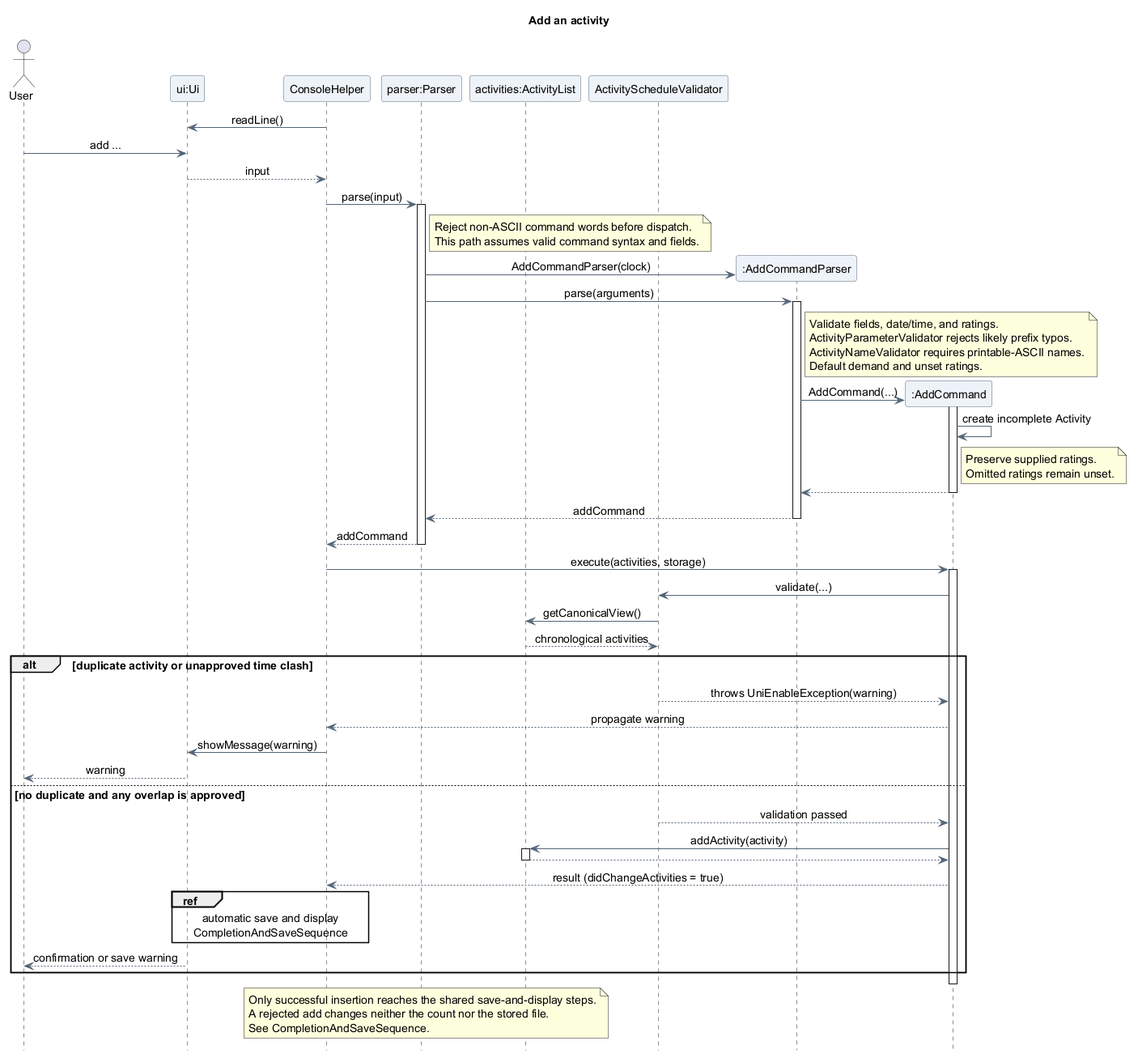
AY2627S1-CS2113-T10-4/tp keeps this PlantUML diagram as docs/images/atharva/sequence/AddActivitySequence.png. Above is the earlier version.
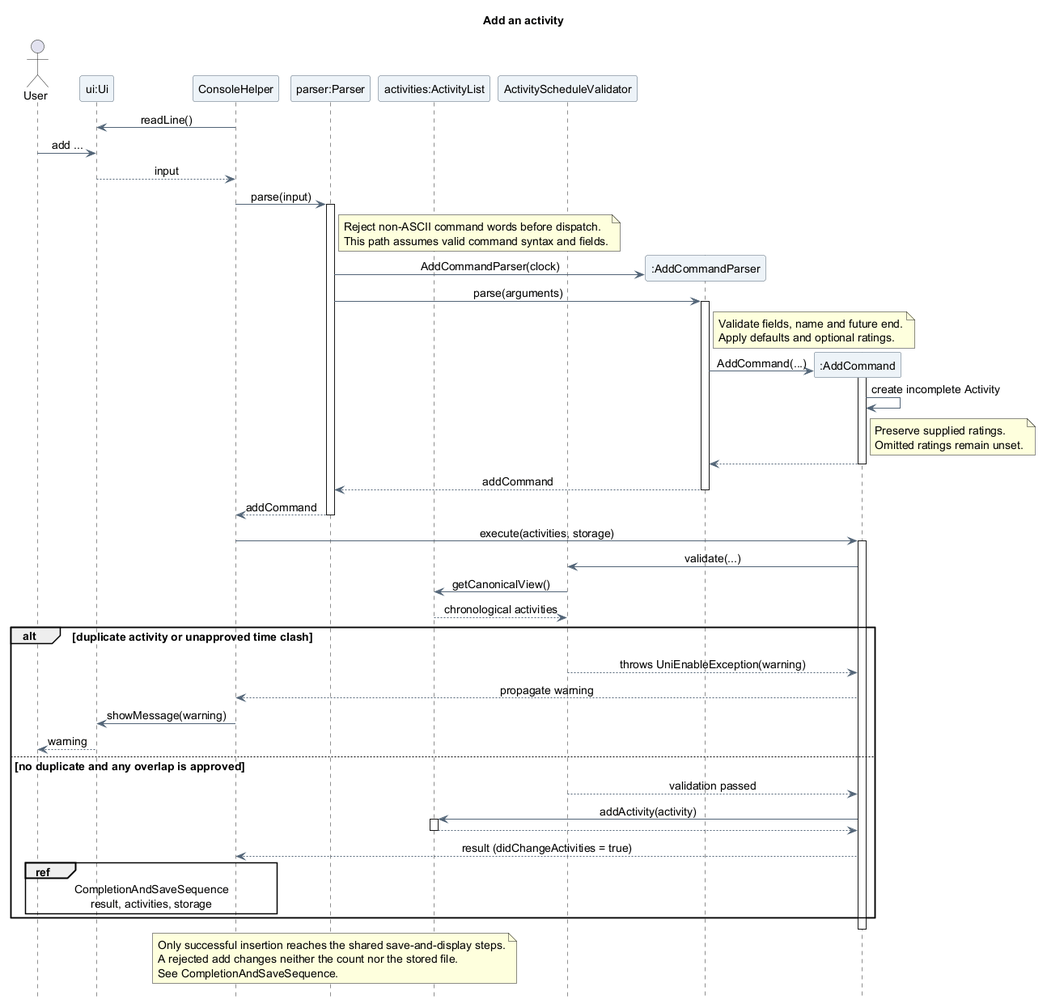
The same diagram one commit later.

Change to the diagram source:
```diff
@@ -32,10 +32,8 @@
 Parser -> AddParser : parse(arguments)
 activate AddParser
 note right of AddParser
-  Validate fields, date/time, and ratings.
-  ActivityParameterValidator rejects likely prefix typos.
-  ActivityNameValidator requires printable-ASCII names.
-  Default demand and unset ratings.
+  Validate fields, name and future end.
+  Apply defaults and optional ratings.
 end note
 create participant ":AddCommand" as Add
 AddParser -> Add : AddCommand(...)
@@ -69,11 +67,10 @@
   Activities --> Add
   deactivate Activities
   Add --> Console : result (didChangeActivities = true)
-  ref over Console, UI
-  automatic save and display
+  ref over User, Console
   CompletionAndSaveSequence
+  result, activities, storage
 end ref
-  UI --> User : confirmation or save warning
 end
 deactivate Add
 note over Console, Activities
```
